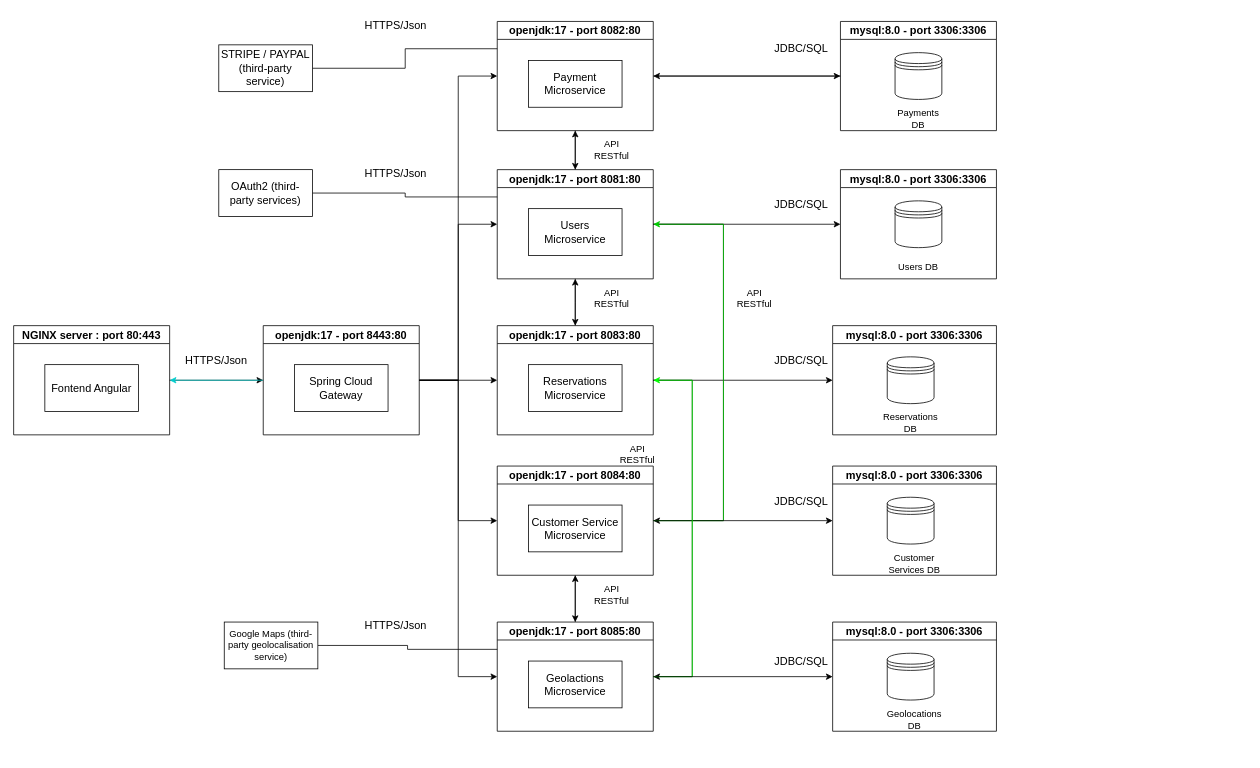
Above: Diagramme_component_MS_archi.drawio in TBERT31/P13-YourCarYourWay_MessageApp_JavaAngular (draw.io), before the change. Source tidied: cells renumbered, new cells numbered last; positions are measured from the earlier drawing's top-left corner, leaving out a move shared by most shapes. Both pictures are drawn from the tidied source at 78%, with x=0, y=0 at pixel (13, 13).
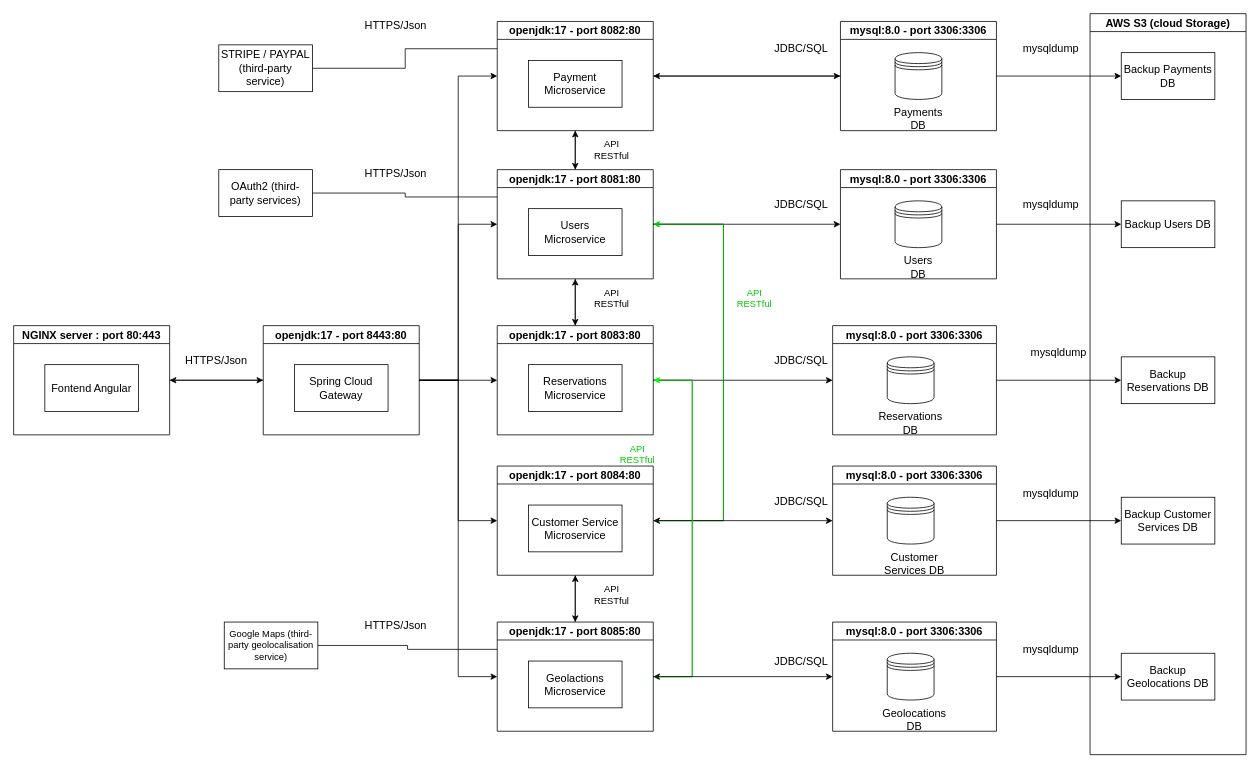
The same diagram, later.

Commit message (it also covers changes not shown here):
Mettre à jour Diagramme_component_MS_archi.drawio

The change refers to these unchanged cells:
```xml
<mxCell id="3" value="&lt;font style=&quot;font-size: 14px;&quot;&gt;NGINX server : port 80:443&lt;/font&gt;" style="swimlane;whiteSpace=wrap;html=1;" parent="1" vertex="1">
  <mxGeometry y="400" width="200" height="140" as="geometry" />
</mxCell>
<mxCell id="11" value="&lt;font style=&quot;font-size: 14px;&quot;&gt;openjdk:17 - port 8443:80&lt;/font&gt;" style="swimlane;whiteSpace=wrap;html=1;" parent="1" vertex="1">
  <mxGeometry x="320" y="400" width="200" height="140" as="geometry" />
</mxCell>
<mxCell id="54" value="&lt;font style=&quot;font-size: 14px;&quot;&gt;mysql:8.0 - port 3306:3306&lt;/font&gt;" style="swimlane;whiteSpace=wrap;html=1;" parent="1" vertex="1">
  <mxGeometry x="1060" y="10" width="200" height="140" as="geometry" />
</mxCell>
<mxCell id="58" value="&lt;font style=&quot;font-size: 14px;&quot;&gt;mysql:8.0 - port 3306:3306&lt;/font&gt;" style="swimlane;whiteSpace=wrap;html=1;" parent="1" vertex="1">
  <mxGeometry x="1060" y="200" width="200" height="140" as="geometry" />
</mxCell>
<mxCell id="62" value="&lt;font style=&quot;font-size: 14px;&quot;&gt;mysql:8.0 - port 3306:3306&lt;/font&gt;" style="swimlane;whiteSpace=wrap;html=1;" parent="1" vertex="1">
  <mxGeometry x="1050" y="400" width="210" height="140" as="geometry" />
</mxCell>
<mxCell id="66" value="&lt;font style=&quot;font-size: 14px;&quot;&gt;mysql:8.0 - port 3306:3306&lt;/font&gt;" style="swimlane;whiteSpace=wrap;html=1;" parent="1" vertex="1">
  <mxGeometry x="1050" y="580" width="210" height="140" as="geometry" />
</mxCell>
<mxCell id="70" value="&lt;font style=&quot;font-size: 14px;&quot;&gt;mysql:8.0 - port 3306:3306&lt;/font&gt;" style="swimlane;whiteSpace=wrap;html=1;" parent="1" vertex="1">
  <mxGeometry x="1050" y="780" width="210" height="140" as="geometry" />
</mxCell>
```

What changed in the source:
```diff
@@
-    <mxCell id="5" style="edgeStyle=orthogonalEdgeStyle;rounded=0;jettySize=auto;html=1;entryX=1;entryY=0.5;entryDx=0;entryDy=0;strokeColor=#00CCCC;" parent="1" edge="1" source="11" target="3">
+    <mxCell id="5" style="edgeStyle=orthogonalEdgeStyle;rounded=0;jettySize=auto;html=1;entryX=1;entryY=0.5;entryDx=0;entryDy=0;strokeColor=#000000;" parent="1" edge="1" source="11" target="3">
       <mxGeometry relative="1" as="geometry" />
     </mxCell>
@@
-    <mxCell id="51" value="API RESTful" style="text;html=1;align=center;verticalAlign=middle;whiteSpace=wrap;rounded=0;" parent="1" vertex="1">
+    <mxCell id="51" value="&lt;font color=&quot;#00cc00&quot; style=&quot;font-size: 12px;&quot;&gt;API RESTful&lt;/font&gt;" style="text;html=1;align=center;verticalAlign=middle;whiteSpace=wrap;rounded=0;" parent="1" vertex="1">
       <mxGeometry x="770" y="550" width="60" height="30" as="geometry" />
     </mxCell>
-    <mxCell id="52" value="API RESTful" style="text;html=1;align=center;verticalAlign=middle;whiteSpace=wrap;rounded=0;" parent="1" vertex="1">
+    <mxCell id="52" value="&lt;font color=&quot;#00cc00&quot;&gt;API RESTful&lt;/font&gt;" style="text;html=1;align=center;verticalAlign=middle;whiteSpace=wrap;rounded=0;" parent="1" vertex="1">
       <mxGeometry x="920" y="350" width="60" height="30" as="geometry" />
     </mxCell>
@@
+    <mxCell id="74" style="edgeStyle=orthogonalEdgeStyle;rounded=0;jettySize=auto;html=1;entryX=0;entryY=0.5;entryDx=0;entryDy=0;" parent="1" edge="1" source="54" target="85">
+      <mxGeometry relative="1" as="geometry" />
+    </mxCell>
@@
-    <mxCell id="56" value="Payments DB" style="text;html=1;align=center;verticalAlign=middle;whiteSpace=wrap;rounded=0;" parent="54" vertex="1">
+    <mxCell id="56" value="&lt;font style=&quot;font-size: 14px;&quot;&gt;Payments DB&lt;/font&gt;" style="text;html=1;align=center;verticalAlign=middle;whiteSpace=wrap;rounded=0;" parent="54" vertex="1">
       <mxGeometry x="70" y="110" width="60" height="30" as="geometry" />
     </mxCell>
@@
+    <mxCell id="75" style="edgeStyle=orthogonalEdgeStyle;rounded=0;jettySize=auto;html=1;entryX=0;entryY=0.5;entryDx=0;entryDy=0;" parent="1" edge="1" source="58" target="86">
+      <mxGeometry relative="1" as="geometry" />
+    </mxCell>
@@
-    <mxCell id="60" value="Users DB" style="text;html=1;align=center;verticalAlign=middle;whiteSpace=wrap;rounded=0;" parent="58" vertex="1">
+    <mxCell id="60" value="&lt;font style=&quot;font-size: 14px;&quot;&gt;Users DB&lt;/font&gt;" style="text;html=1;align=center;verticalAlign=middle;whiteSpace=wrap;rounded=0;" parent="58" vertex="1">
       <mxGeometry x="70" y="110" width="60" height="30" as="geometry" />
     </mxCell>
@@
+    <mxCell id="76" style="edgeStyle=orthogonalEdgeStyle;rounded=0;jettySize=auto;html=1;entryX=0;entryY=0.5;entryDx=0;entryDy=0;" parent="1" edge="1" source="62" target="87">
+      <mxGeometry relative="1" as="geometry" />
+    </mxCell>
@@
-    <mxCell id="64" value="Reservations DB" style="text;html=1;align=center;verticalAlign=middle;whiteSpace=wrap;rounded=0;" parent="62" vertex="1">
+    <mxCell id="64" value="&lt;font style=&quot;font-size: 14px;&quot;&gt;Reservations DB&lt;/font&gt;" style="text;html=1;align=center;verticalAlign=middle;whiteSpace=wrap;rounded=0;" parent="62" vertex="1">
       <mxGeometry x="70" y="110" width="60" height="30" as="geometry" />
     </mxCell>
@@
+    <mxCell id="77" style="edgeStyle=orthogonalEdgeStyle;rounded=0;jettySize=auto;html=1;entryX=0;entryY=0.5;entryDx=0;entryDy=0;" parent="1" edge="1" source="66" target="88">
+      <mxGeometry relative="1" as="geometry" />
+    </mxCell>
@@
-    <mxCell id="68" value="Customer Services DB" style="text;html=1;align=center;verticalAlign=middle;whiteSpace=wrap;rounded=0;" parent="66" vertex="1">
+    <mxCell id="68" value="&lt;font style=&quot;font-size: 14px;&quot;&gt;Customer Services DB&lt;/font&gt;" style="text;html=1;align=center;verticalAlign=middle;whiteSpace=wrap;rounded=0;" parent="66" vertex="1">
       <mxGeometry x="60" y="110" width="90" height="30" as="geometry" />
     </mxCell>
@@
+    <mxCell id="78" style="edgeStyle=orthogonalEdgeStyle;rounded=0;jettySize=auto;html=1;entryX=0;entryY=0.5;entryDx=0;entryDy=0;" parent="1" edge="1" source="70" target="89">
+      <mxGeometry relative="1" as="geometry" />
+    </mxCell>
@@
-    <mxCell id="72" value="Geolocations DB" style="text;html=1;align=center;verticalAlign=middle;whiteSpace=wrap;rounded=0;" parent="70" vertex="1">
+    <mxCell id="72" value="&lt;font style=&quot;font-size: 14px;&quot;&gt;Geolocations DB&lt;/font&gt;" style="text;html=1;align=center;verticalAlign=middle;whiteSpace=wrap;rounded=0;" parent="70" vertex="1">
       <mxGeometry x="60" y="110" width="90" height="30" as="geometry" />
     </mxCell>
@@
+    <mxCell id="79" value="&lt;font style=&quot;font-size: 14px;&quot;&gt;mysqldump&lt;/font&gt;" style="text;html=1;align=center;verticalAlign=middle;whiteSpace=wrap;rounded=0;" parent="1" vertex="1">
+      <mxGeometry x="1300" y="30" width="60" height="30" as="geometry" />
+    </mxCell>
+    <mxCell id="80" value="&lt;font style=&quot;font-size: 14px;&quot;&gt;mysqldump&lt;/font&gt;" style="text;html=1;align=center;verticalAlign=middle;whiteSpace=wrap;rounded=0;" parent="1" vertex="1">
+      <mxGeometry x="1300" y="230" width="60" height="30" as="geometry" />
+    </mxCell>
+    <mxCell id="81" value="&lt;font style=&quot;font-size: 14px;&quot;&gt;mysqldump&lt;/font&gt;" style="text;html=1;align=center;verticalAlign=middle;whiteSpace=wrap;rounded=0;" parent="1" vertex="1">
+      <mxGeometry x="1310" y="420" width="60" height="30" as="geometry" />
+    </mxCell>
+    <mxCell id="82" value="&lt;font style=&quot;font-size: 14px;&quot;&gt;mysqldump&lt;/font&gt;" style="text;html=1;align=center;verticalAlign=middle;whiteSpace=wrap;rounded=0;" parent="1" vertex="1">
+      <mxGeometry x="1300" y="600" width="60" height="30" as="geometry" />
+    </mxCell>
+    <mxCell id="83" value="&lt;font style=&quot;font-size: 14px;&quot;&gt;mysqldump&lt;/font&gt;" style="text;html=1;align=center;verticalAlign=middle;whiteSpace=wrap;rounded=0;" parent="1" vertex="1">
+      <mxGeometry x="1300" y="800" width="60" height="30" as="geometry" />
+    </mxCell>
+    <mxCell id="84" value="&lt;font style=&quot;font-size: 14px;&quot;&gt;AWS S3 (cloud Storage)&lt;/font&gt;" style="swimlane;whiteSpace=wrap;html=1;" parent="1" vertex="1">
+      <mxGeometry x="1380" width="200" height="950" as="geometry" />
+    </mxCell>
+    <mxCell id="85" value="&lt;font style=&quot;font-size: 14px;&quot;&gt;Backup Payments DB&lt;/font&gt;" style="whiteSpace=wrap;html=1;align=center;newEdgeStyle={&quot;edgeStyle&quot;:&quot;elbowEdgeStyle&quot;,&quot;startArrow&quot;:&quot;none&quot;,&quot;endArrow&quot;:&quot;none&quot;};" parent="84" vertex="1">
+      <mxGeometry x="40" y="50" width="120" height="60" as="geometry" />
+    </mxCell>
+    <mxCell id="86" value="&lt;font style=&quot;font-size: 14px;&quot;&gt;Backup Users DB&lt;/font&gt;" style="whiteSpace=wrap;html=1;align=center;newEdgeStyle={&quot;edgeStyle&quot;:&quot;elbowEdgeStyle&quot;,&quot;startArrow&quot;:&quot;none&quot;,&quot;endArrow&quot;:&quot;none&quot;};" parent="84" vertex="1">
+      <mxGeometry x="40" y="240" width="120" height="60" as="geometry" />
+    </mxCell>
+    <mxCell id="87" value="&lt;font style=&quot;font-size: 14px;&quot;&gt;Backup Reservations DB&lt;/font&gt;" style="whiteSpace=wrap;html=1;align=center;newEdgeStyle={&quot;edgeStyle&quot;:&quot;elbowEdgeStyle&quot;,&quot;startArrow&quot;:&quot;none&quot;,&quot;endArrow&quot;:&quot;none&quot;};" parent="84" vertex="1">
+      <mxGeometry x="40" y="440" width="120" height="60" as="geometry" />
+    </mxCell>
+    <mxCell id="88" value="&lt;font style=&quot;font-size: 14px;&quot;&gt;Backup Customer Services DB&lt;/font&gt;" style="whiteSpace=wrap;html=1;align=center;newEdgeStyle={&quot;edgeStyle&quot;:&quot;elbowEdgeStyle&quot;,&quot;startArrow&quot;:&quot;none&quot;,&quot;endArrow&quot;:&quot;none&quot;};" parent="84" vertex="1">
+      <mxGeometry x="40" y="620" width="120" height="60" as="geometry" />
+    </mxCell>
+    <mxCell id="89" value="&lt;font style=&quot;font-size: 14px;&quot;&gt;Backup Geolocations DB&lt;/font&gt;" style="whiteSpace=wrap;html=1;align=center;newEdgeStyle={&quot;edgeStyle&quot;:&quot;elbowEdgeStyle&quot;,&quot;startArrow&quot;:&quot;none&quot;,&quot;endArrow&quot;:&quot;none&quot;};" parent="84" vertex="1">
+      <mxGeometry x="40" y="820" width="120" height="60" as="geometry" />
+    </mxCell>
```
